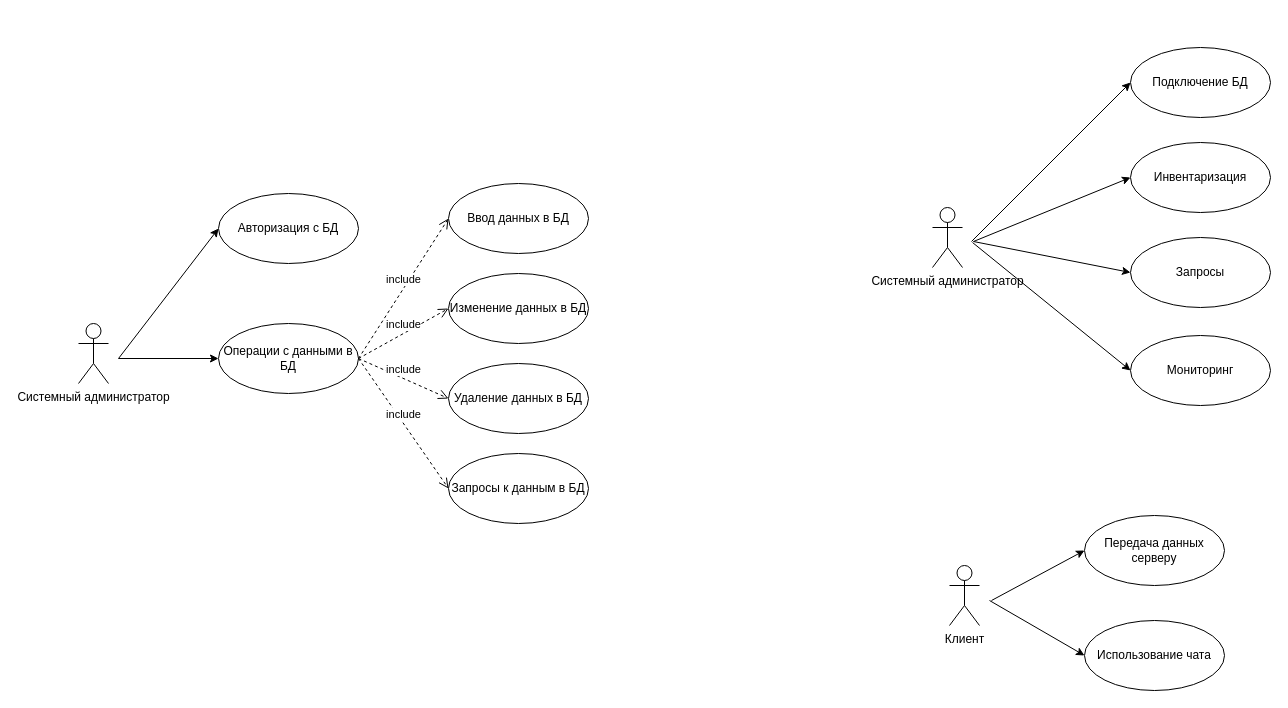
Before: Use Case Diagram.drawio in OhotnikovV/AvIS, a draw.io diagram. Source tidied: cells renumbered, new cells numbered last; positions are measured from the earlier drawing's top-left corner, leaving out a move shared by most shapes. Both pictures are drawn from the tidied source at 100%, with x=0, y=0 at pixel (78, 47).
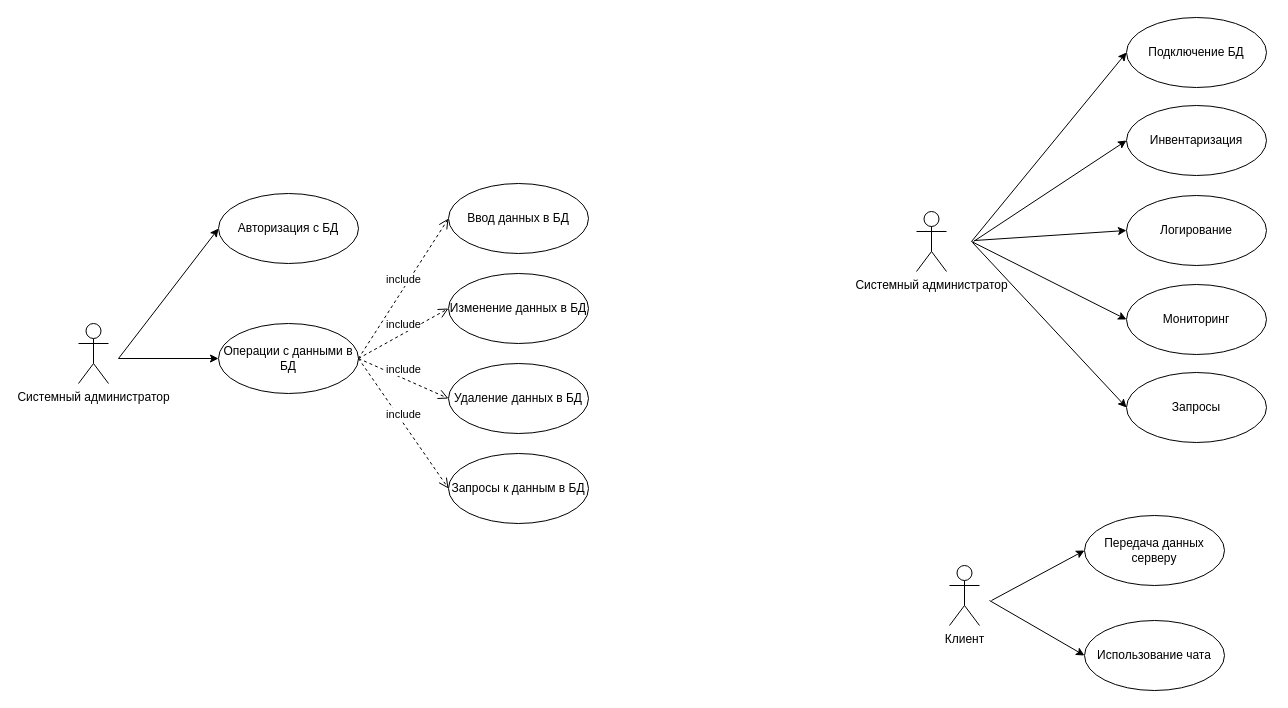
The same page after the edit.

Diff of the diagram source:
```diff
@@
     <mxCell id="18" value="Системный администратор" style="shape=umlActor;verticalLabelPosition=bottom;labelBackgroundColor=#ffffff;verticalAlign=top;html=1;" parent="1" vertex="1">
-      <mxGeometry x="854" y="160" width="30" height="60" as="geometry" />
+      <mxGeometry x="838" y="164" width="30" height="60" as="geometry" />
     </mxCell>
     <mxCell id="19" value="Мониторинг" style="ellipse;whiteSpace=wrap;html=1;" parent="1" vertex="1">
-      <mxGeometry x="1052" y="288" width="140" height="70" as="geometry" />
+      <mxGeometry x="1048" y="237" width="140" height="70" as="geometry" />
     </mxCell>
     <mxCell id="20" style="endArrow=classic;html=1;entryX=0;entryY=0.5;entryDx=0;entryDy=0;" parent="1" edge="1" target="19">
       <mxGeometry relative="1" as="geometry">
-        <mxPoint x="894" y="195" as="sourcePoint" />
+        <mxPoint x="893" y="194" as="sourcePoint" />
       </mxGeometry>
     </mxCell>
     <mxCell id="21" value="Инвентаризация" style="ellipse;whiteSpace=wrap;html=1;" parent="1" vertex="1">
-      <mxGeometry x="1052" y="95" width="140" height="70" as="geometry" />
+      <mxGeometry x="1048" y="58" width="140" height="70" as="geometry" />
     </mxCell>
@@
     <mxCell id="25" value="Запросы" style="ellipse;whiteSpace=wrap;html=1;" parent="1" vertex="1">
-      <mxGeometry x="1052" y="190" width="140" height="70" as="geometry" />
+      <mxGeometry x="1048" y="325" width="140" height="70" as="geometry" />
     </mxCell>
     <mxCell id="26" style="endArrow=classic;html=1;entryX=0;entryY=0.5;entryDx=0;entryDy=0;" parent="1" edge="1" target="25">
       <mxGeometry relative="1" as="geometry">
-        <mxPoint x="895" y="194" as="sourcePoint" />
+        <mxPoint x="894" y="195" as="sourcePoint" />
       </mxGeometry>
     </mxCell>
     <mxCell id="27" value="Подключение БД" style="ellipse;whiteSpace=wrap;html=1;" parent="1" vertex="1">
-      <mxGeometry x="1052" width="140" height="70" as="geometry" />
+      <mxGeometry x="1048" y="-30" width="140" height="70" as="geometry" />
     </mxCell>
@@
+    <mxCell id="29" value="Логирование" style="ellipse;whiteSpace=wrap;html=1;" parent="1" vertex="1">
+      <mxGeometry x="1048" y="148" width="140" height="70" as="geometry" />
+    </mxCell>
+    <mxCell id="30" style="endArrow=classic;html=1;entryX=0;entryY=0.5;entryDx=0;entryDy=0;" parent="1" edge="1" target="29">
+      <mxGeometry relative="1" as="geometry">
+        <mxPoint x="896" y="193" as="sourcePoint" />
+      </mxGeometry>
+    </mxCell>
```
